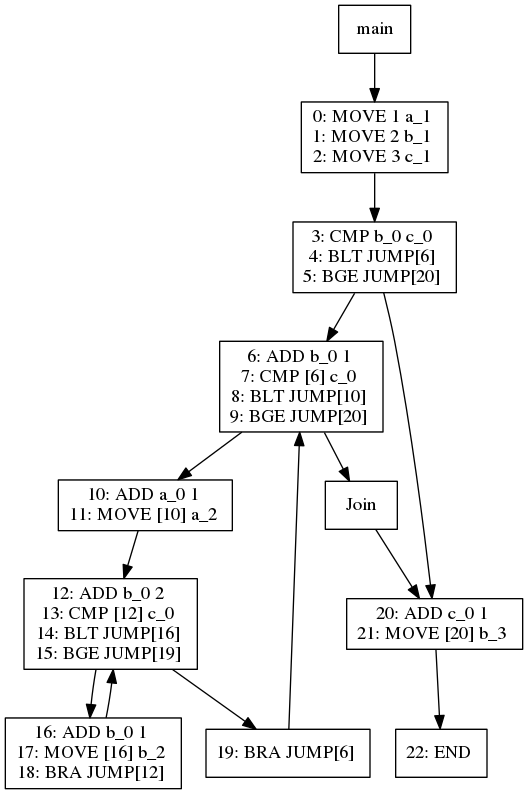
Before: viz/test030.dot.png, a diagram exported from Graphviz (jiahanwang/PL241-Compiler). Its source is kept beside it as viz/test030.dot.
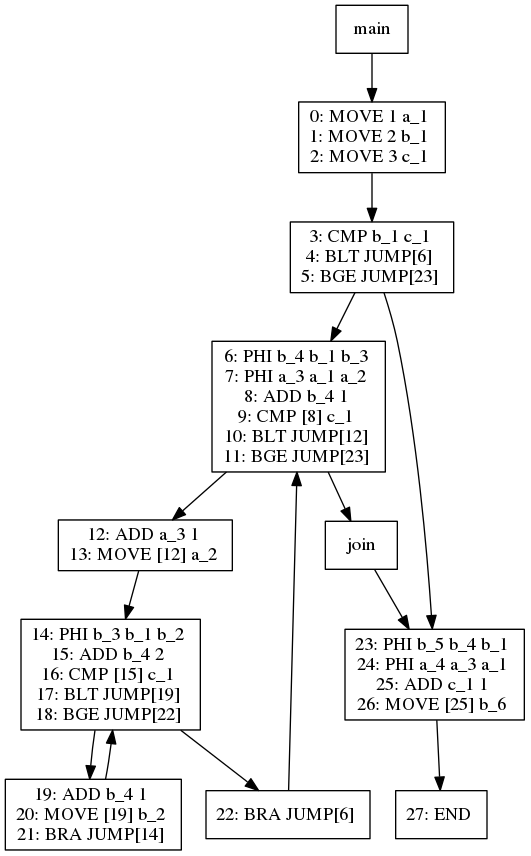
The same diagram one commit later.

What changed in the source:
```diff
@@ -7,44 +7,49 @@
 2: MOVE 3 c_1
 "]
 3 -> 6
-6[label="3: CMP b_0 c_0
+6[label="3: CMP b_1 c_1
 4: BLT JUMP[6]
-5: BGE JUMP[20]
+5: BGE JUMP[23]
 "]
 6 -> 8
-8[label="6: ADD b_0 1
-7: CMP [6] c_0
-8: BLT JUMP[10]
-9: BGE JUMP[20]
+8[label="6: PHI b_4 b_1 b_3
+7: PHI a_3 a_1 a_2
+8: ADD b_4 1
+9: CMP [8] c_1
+10: BLT JUMP[12]
+11: BGE JUMP[23]
 "]
 8 -> 10
-10[label="10: ADD a_0 1
-11: MOVE [10] a_2
+10[label="12: ADD a_3 1
+13: MOVE [12] a_2
 "]
 10 -> 11
-11[label="12: ADD b_0 2
-13: CMP [12] c_0
-14: BLT JUMP[16]
-15: BGE JUMP[19]
+11[label="14: PHI b_3 b_1 b_2
+15: ADD b_4 2
+16: CMP [15] c_1
+17: BLT JUMP[19]
+18: BGE JUMP[22]
 "]
 11 -> 13
-13[label="16: ADD b_0 1
-17: MOVE [16] b_2
-18: BRA JUMP[12]
+13[label="19: ADD b_4 1
+20: MOVE [19] b_2
+21: BRA JUMP[14]
 "]
 13 -> 11
 11 -> 12
-12[label="19: BRA JUMP[6]
+12[label="22: BRA JUMP[6]
 "]
 12 -> 8
 8 -> 9
-9[label="Join"]
+9[label="join"]
 9 -> 7
-7[label="20: ADD c_0 1
-21: MOVE [20] b_3
+7[label="23: PHI b_5 b_4 b_1
+24: PHI a_4 a_3 a_1
+25: ADD c_1 1
+26: MOVE [25] b_6
 "]
 7 -> 15
-15[label="22: END
+15[label="27: END
 "]
 6 -> 7
 }
```
